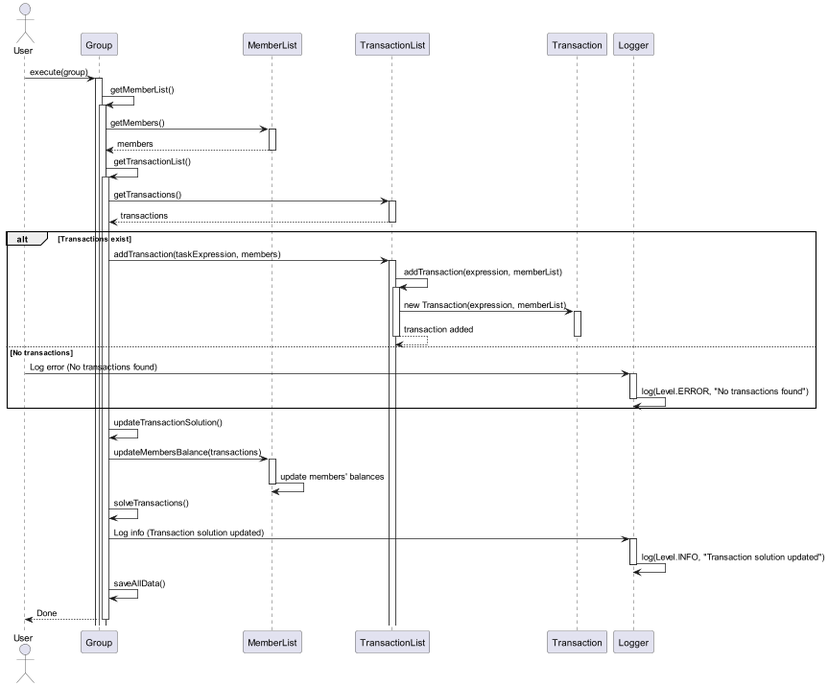
This is docs/diagrams/addTransaction.png from jing-xiang/tp, a PlantUML export, as it was before one commit.
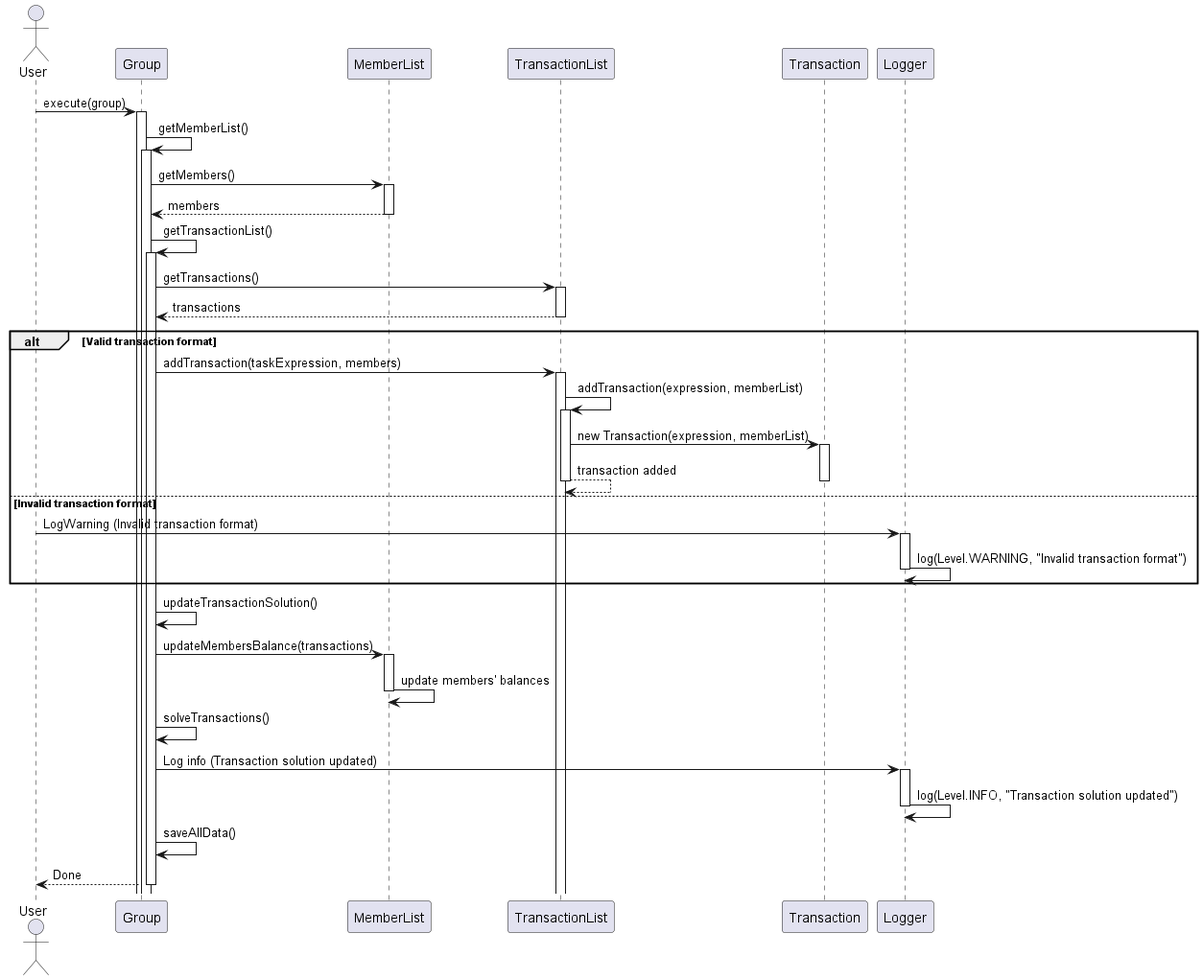
After the commit.

Commit message:
Update UML Diagram

Change to the diagram source:
```diff
@@ -23,7 +23,7 @@
 activate TransactionList
 TransactionList --> Group: transactions
 deactivate TransactionList
-alt Transactions exist
+alt Valid transaction format
     Group -> TransactionList: addTransaction(taskExpression, members)
     activate TransactionList
     TransactionList -> TransactionList: addTransaction(expression, memberList)
@@ -33,10 +33,10 @@
     TransactionList --> TransactionList: transaction added
     deactivate Transaction
     deactivate TransactionList
-else No transactions
-    User -> Logger: Log error (No transactions found)
+else Invalid transaction format
+    User -> Logger: LogWarning (Invalid transaction format)
     activate Logger
-    Logger -> Logger: log(Level.ERROR, "No transactions found")
+    Logger -> Logger: log(Level.WARNING, "Invalid transaction format")
     deactivate Logger
 end
 Group -> Group: updateTransactionSolution()
```
